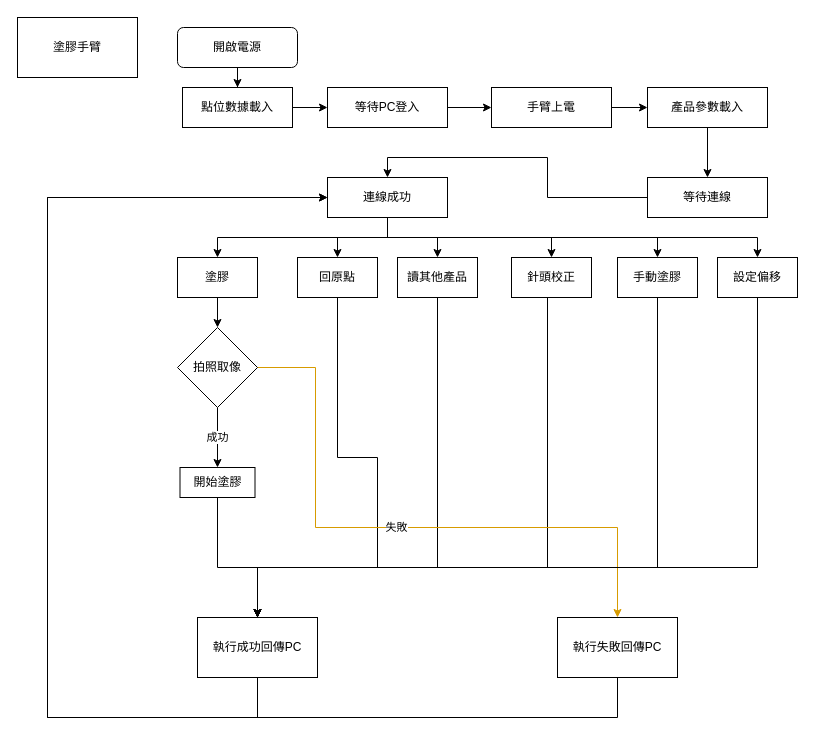
Earlier version of the draw.io diagram page "第 2 页" (2 of 6) of 未命名绘图.drawio (RickLin19921104/murder). Source tidied: cells renumbered, new cells numbered last; positions are measured from the earlier drawing's top-left corner, leaving out a move shared by most shapes. Both pictures are drawn from the tidied source at 100%, with x=0, y=0 at pixel (17, 17).
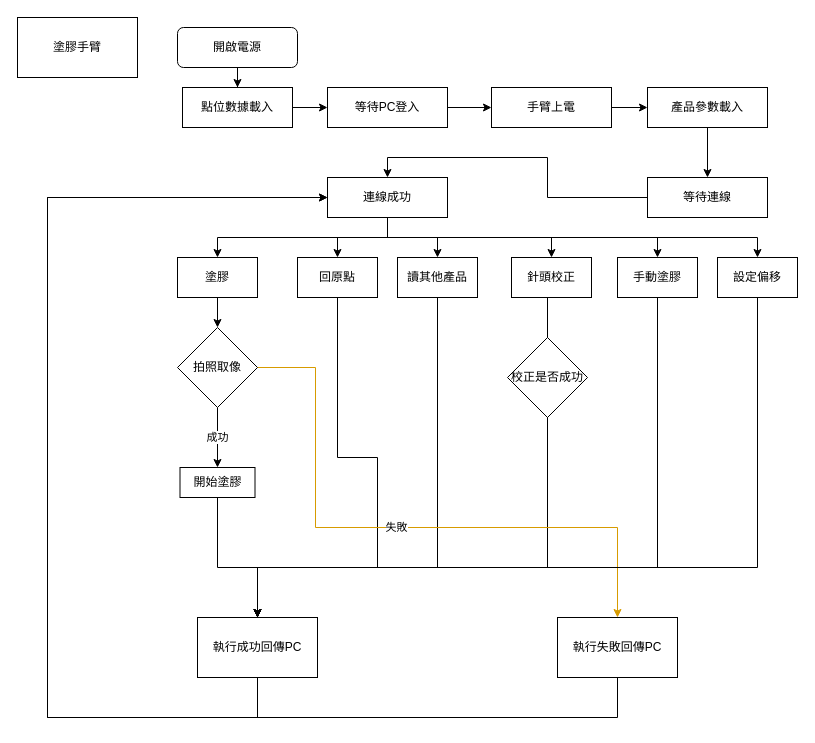
The same diagram, later.

The edit, as a diff of the source:
```diff
@@
+    <mxCell id="43" value="校正是否成功" style="rhombus;whiteSpace=wrap;html=1;" parent="1" vertex="1">
+      <mxGeometry x="490" y="320" width="80" height="80" as="geometry" />
+    </mxCell>
```
